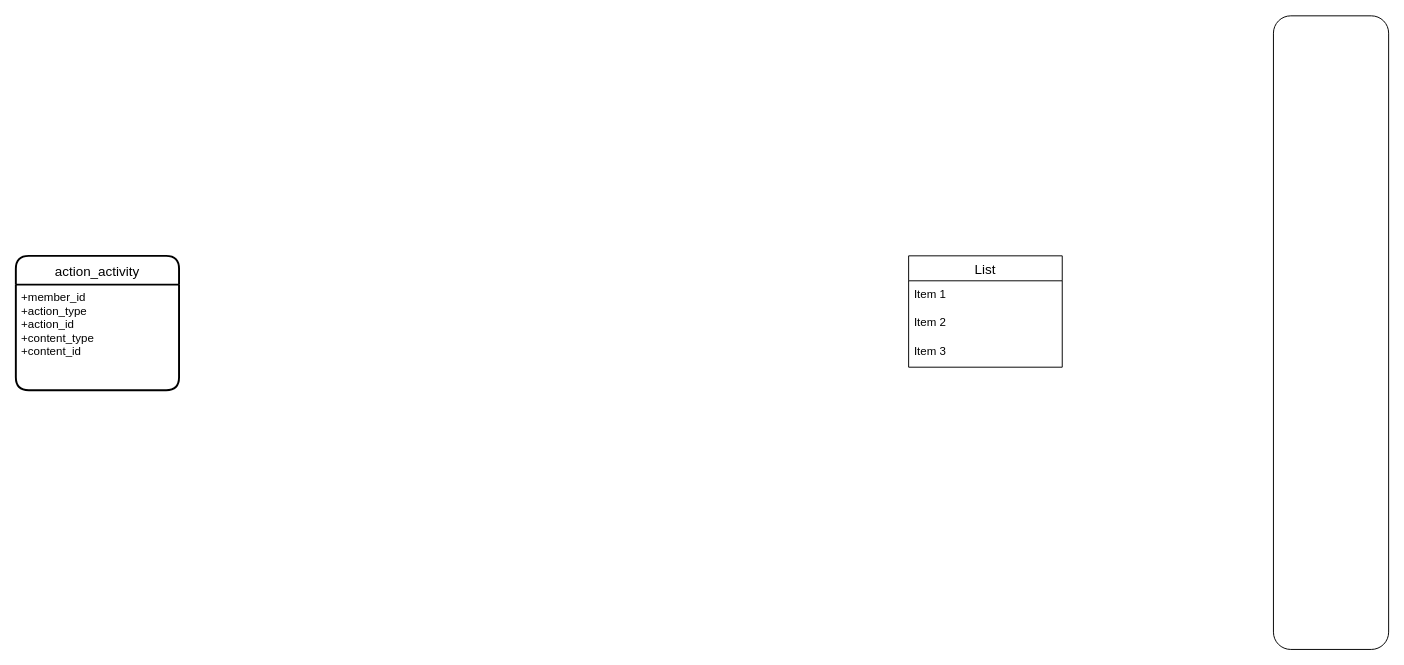
Above: Untitled Diagram.drawio in lnn1988/draw.io (draw.io), before the change. Source tidied: cells renumbered, new cells numbered last; positions are measured from the earlier drawing's top-left corner, leaving out a move shared by most shapes. Both pictures are drawn from the tidied source at 96%, with x=0, y=0 at pixel (15, 15).
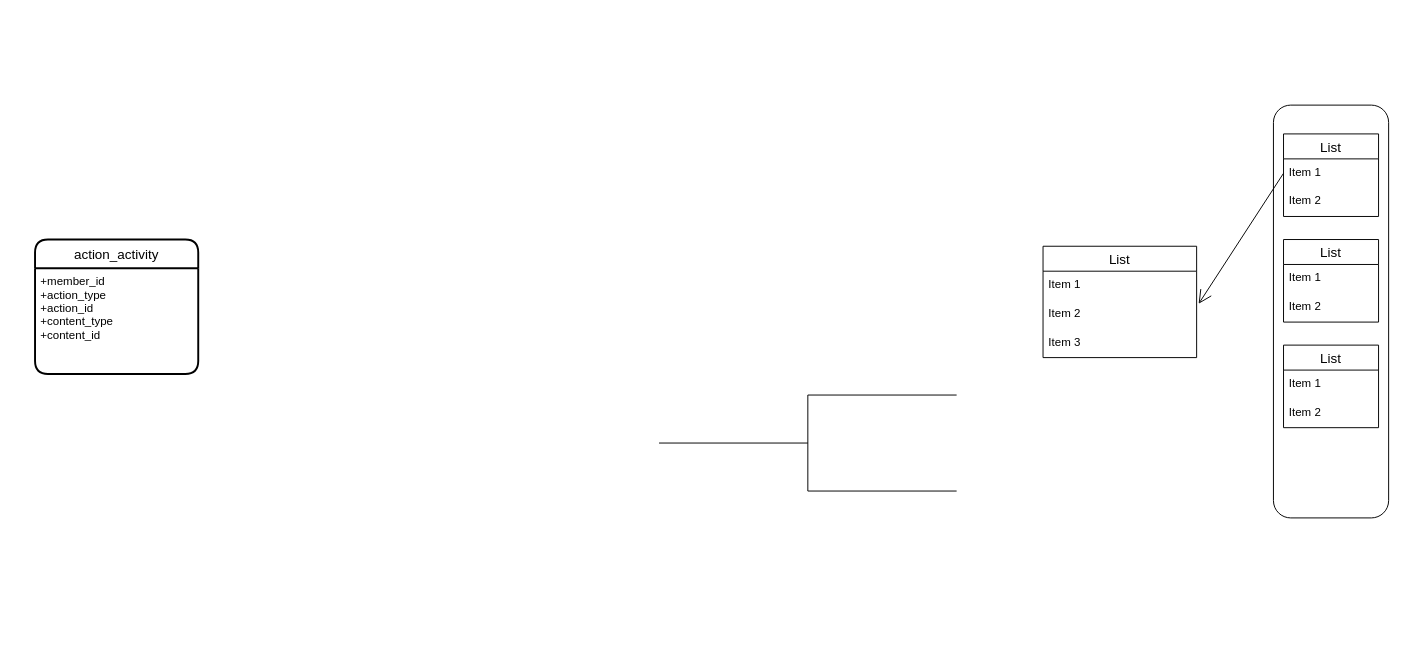
Above is the later version.

The edit, as a diff of the source:
```diff
@@
 <mxGraphModel>
   <root>
     <mxCell id="0" />
     <mxCell id="1" parent="0" />
-    <mxCell id="2" value="action_activity" style="swimlane;horizontal=1;startSize=30;rounded=1;fontSize=14;fontStyle=0;strokeWidth=2;shadow=0;dashed=0;align=center;" parent="1" vertex="1">
-      <mxGeometry y="250" width="170" height="140" as="geometry" />
-    </mxCell>
-    <mxCell id="3" value="+member_id&#10;+action_type&#10;+action_id&#10;+content_type&#10;+content_id" style="align=left;strokeColor=none;fillColor=none;spacingLeft=4;fontSize=12;verticalAlign=top;" parent="2" vertex="1">
-      <mxGeometry y="30" width="170" height="110" as="geometry" />
-    </mxCell>
+    <mxCell id="8" style="rounded=1;whiteSpace=wrap;html=1;" parent="1" vertex="1">
+      <mxGeometry x="1310" y="93" width="120" height="430" as="geometry" />
+    </mxCell>
+    <mxCell id="9" value="List" style="swimlane;fontStyle=0;horizontal=1;startSize=26;align=center;fontSize=14;" parent="1" vertex="1">
+      <mxGeometry x="1320.5" y="123" width="99" height="86" as="geometry" />
+    </mxCell>
+    <mxCell id="10" value="Item 1" style="text;strokeColor=none;fillColor=none;spacingLeft=4;spacingRight=4;overflow=hidden;points=[[0,0.5],[1,0.5]];portConstraint=eastwest;fontSize=12;" parent="9" vertex="1">
+      <mxGeometry y="26" width="99" height="30" as="geometry" />
+    </mxCell>
+    <mxCell id="11" value="Item 2" style="text;strokeColor=none;fillColor=none;spacingLeft=4;spacingRight=4;overflow=hidden;fontSize=12;" parent="9" vertex="1">
+      <mxGeometry y="56" width="99" height="30" as="geometry" />
+    </mxCell>
+    <mxCell id="12" value="List" style="swimlane;fontStyle=0;horizontal=1;startSize=26;align=center;fontSize=14;" parent="1" vertex="1">
+      <mxGeometry x="1320.5" y="233" width="99" height="86" as="geometry" />
+    </mxCell>
+    <mxCell id="13" value="Item 1" style="text;strokeColor=none;fillColor=none;spacingLeft=4;spacingRight=4;overflow=hidden;fontSize=12;" parent="12" vertex="1">
+      <mxGeometry y="26" width="99" height="30" as="geometry" />
+    </mxCell>
+    <mxCell id="14" value="Item 2" style="text;strokeColor=none;fillColor=none;spacingLeft=4;spacingRight=4;overflow=hidden;fontSize=12;" parent="12" vertex="1">
+      <mxGeometry y="56" width="99" height="30" as="geometry" />
+    </mxCell>
+    <mxCell id="15" value="List" style="swimlane;fontStyle=0;horizontal=1;startSize=26;align=center;fontSize=14;" parent="1" vertex="1">
+      <mxGeometry x="1320.5" y="343" width="99" height="86" as="geometry" />
+    </mxCell>
+    <mxCell id="16" value="Item 1" style="text;strokeColor=none;fillColor=none;spacingLeft=4;spacingRight=4;overflow=hidden;fontSize=12;" parent="15" vertex="1">
+      <mxGeometry y="26" width="99" height="30" as="geometry" />
+    </mxCell>
+    <mxCell id="17" value="Item 2" style="text;strokeColor=none;fillColor=none;spacingLeft=4;spacingRight=4;overflow=hidden;fontSize=12;" parent="15" vertex="1">
+      <mxGeometry y="56" width="99" height="30" as="geometry" />
+    </mxCell>
     <mxCell id="4" value="List" style="swimlane;fontStyle=0;horizontal=1;startSize=26;align=center;fontSize=14;" parent="1" vertex="1">
-      <mxGeometry x="930" y="250" width="160" height="116" as="geometry" />
+      <mxGeometry x="1070" y="240" width="160" height="116" as="geometry" />
     </mxCell>
     <mxCell id="5" value="Item 1" style="text;strokeColor=none;fillColor=none;spacingLeft=4;spacingRight=4;overflow=hidden;fontSize=12;" parent="4" vertex="1">
       <mxGeometry y="26" width="160" height="30" as="geometry" />
     </mxCell>
     <mxCell id="6" value="Item 2" style="text;strokeColor=none;fillColor=none;spacingLeft=4;spacingRight=4;overflow=hidden;points=[[0,0.5],[1,0.5]];portConstraint=eastwest;fontSize=12;" parent="4" vertex="1">
       <mxGeometry y="56" width="160" height="30" as="geometry" />
     </mxCell>
     <mxCell id="7" value="Item 3" style="text;strokeColor=none;fillColor=none;spacingLeft=4;spacingRight=4;overflow=hidden;fontSize=12;" parent="4" vertex="1">
       <mxGeometry y="86" width="160" height="30" as="geometry" />
     </mxCell>
-    <mxCell id="8" style="rounded=1;whiteSpace=wrap;html=1;" parent="1" vertex="1">
-      <mxGeometry x="1310" width="120" height="660" as="geometry" />
-    </mxCell>
+    <mxCell id="18" style="endArrow=open;endFill=1;endSize=12;html=1;exitX=0;exitY=0.5;exitDx=0;exitDy=0;entryX=1.013;entryY=0.133;entryDx=0;entryDy=0;entryPerimeter=0;" parent="1" edge="1" source="10" target="6">
+      <mxGeometry relative="1" as="geometry" />
+    </mxCell>
+    <mxCell id="2" value="action_activity" style="swimlane;horizontal=1;startSize=30;rounded=1;fontSize=14;fontStyle=0;strokeWidth=2;shadow=0;dashed=0;align=center;" parent="1" vertex="1">
+      <mxGeometry x="20" y="233" width="170" height="140" as="geometry" />
+    </mxCell>
+    <mxCell id="3" value="+member_id&#10;+action_type&#10;+action_id&#10;+content_type&#10;+content_id" style="align=left;strokeColor=none;fillColor=none;spacingLeft=4;fontSize=12;verticalAlign=top;" parent="2" vertex="1">
+      <mxGeometry y="30" width="170" height="110" as="geometry" />
+    </mxCell>
+    <mxCell id="19" style="html=1;shape=mxgraph.flowchart.annotation_2;align=left;labelPosition=right;" parent="1" vertex="1">
+      <mxGeometry x="670" y="395" width="310" height="100" as="geometry" />
+    </mxCell>
   </root>
 </mxGraphModel>
```
